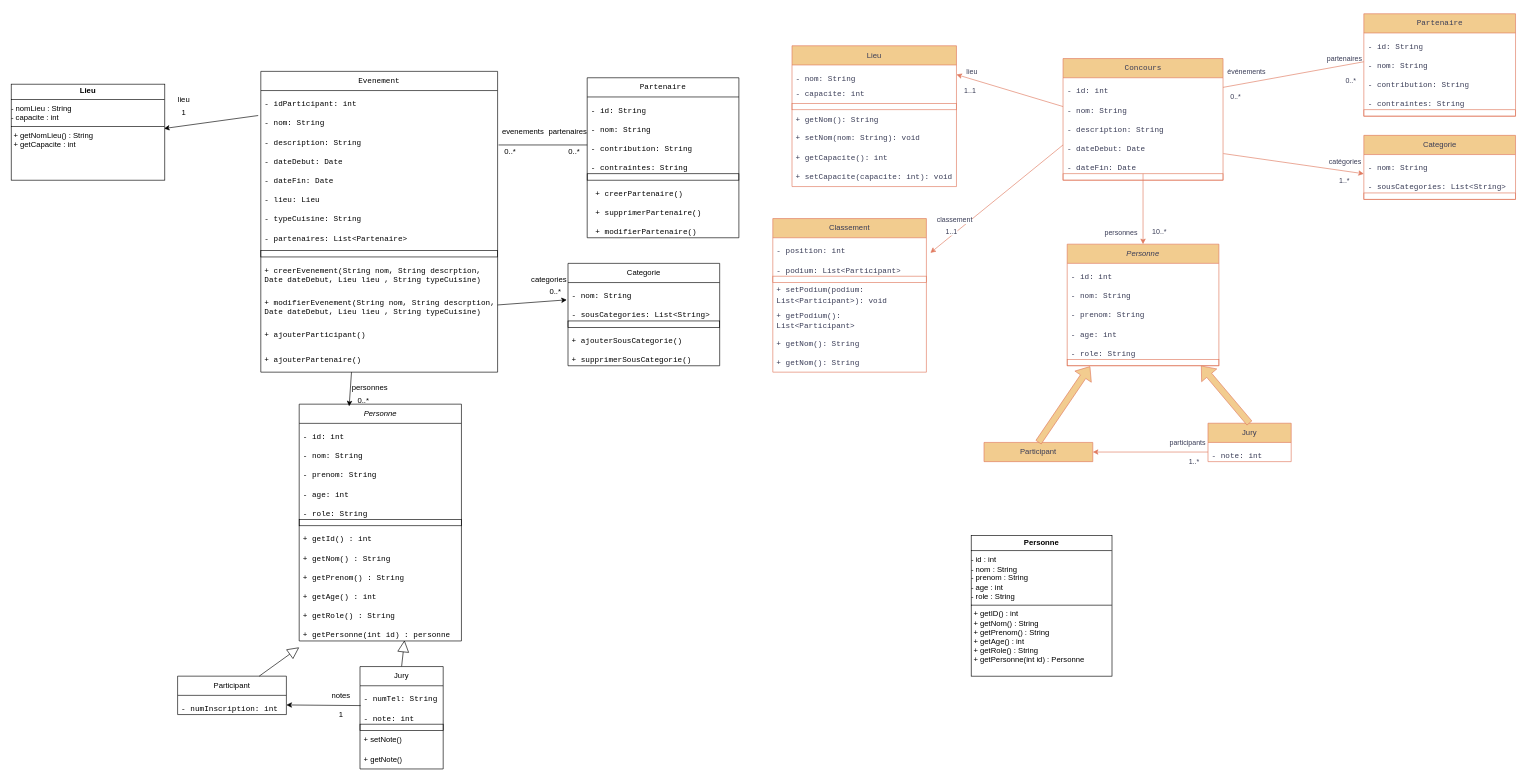
CSliveR/Chief-s-Arena keeps this draw.io diagram as Conception/diagramme de classe méthodes.drawio. Above is the earlier version. Source tidied: cells renumbered, new cells numbered last; positions are measured from the earlier drawing's top-left corner, leaving out a move shared by most shapes. Both pictures are drawn from the tidied source at 64%, with x=0, y=0 at pixel (11, 13).
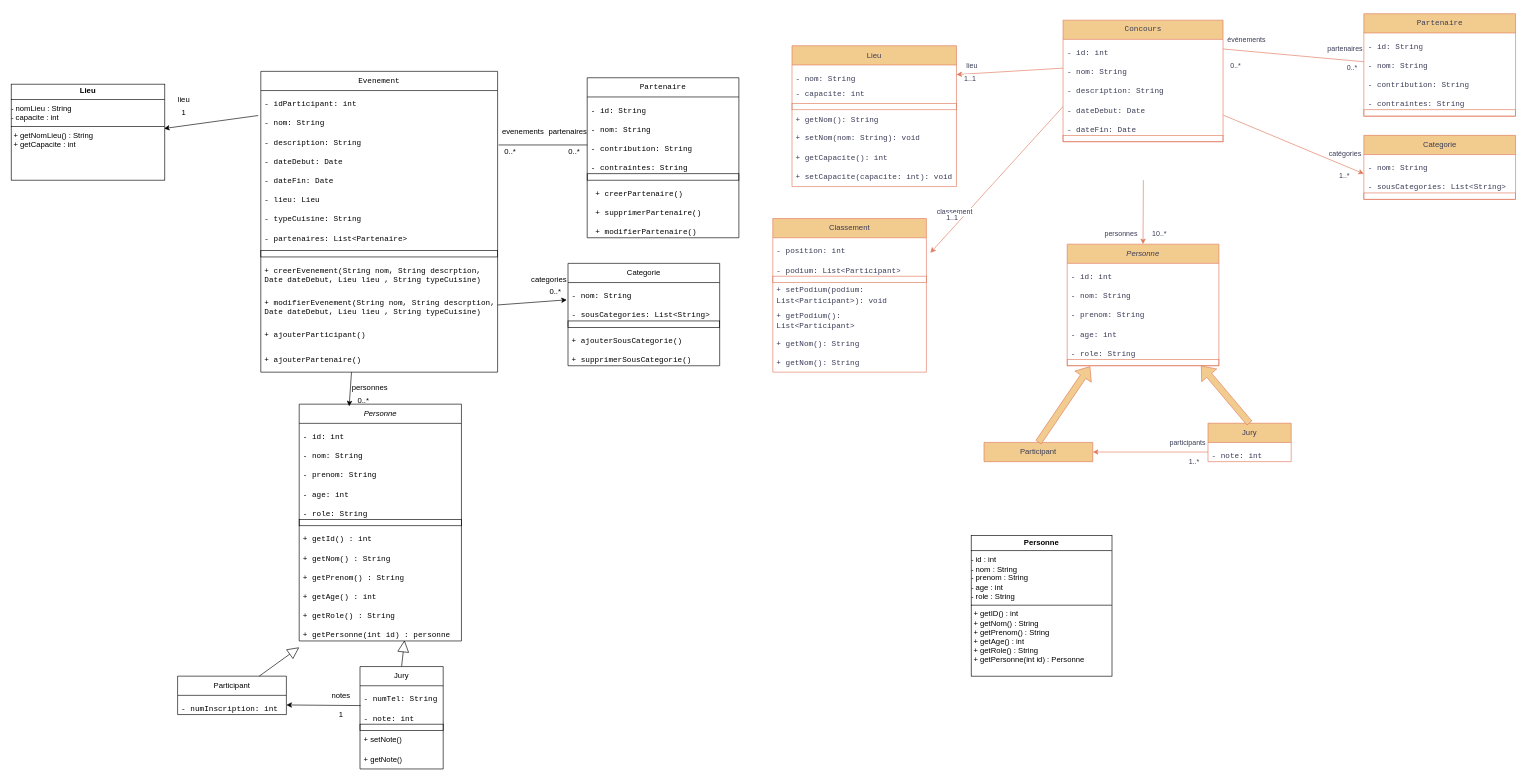
The same page after the edit.

Unchanged cells that the change refers to:
```xml
<mxCell id="85" value="&lt;pre&gt;&lt;br&gt;&lt;/pre&gt;" style="text;strokeColor=#E07A5F;fillColor=none;align=left;verticalAlign=middle;spacingLeft=4;spacingRight=4;overflow=hidden;points=[[0,0.5],[1,0.5]];portConstraint=eastwest;whiteSpace=wrap;html=1;labelBackgroundColor=none;fontColor=#393C56;" parent="79" vertex="1">
  <mxGeometry y="180" width="250" as="geometry" />
</mxCell>
<mxCell id="94" value="&lt;div&gt;&lt;i&gt;Personne&lt;/i&gt;&lt;/div&gt;" style="swimlane;fontStyle=0;horizontal=1;startSize=30;whiteSpace=wrap;html=1;labelBackgroundColor=none;fillColor=#F2CC8F;strokeColor=#E07A5F;fontColor=#393C56;" parent="1" vertex="1">
  <mxGeometry x="1650" y="360" width="237" height="190" as="geometry" />
</mxCell>
```

The edit, as a diff of the source:
```diff
@@
     <mxCell id="79" value="&lt;pre&gt;&lt;code&gt;Concours&lt;/code&gt;&lt;/pre&gt;" style="swimlane;fontStyle=0;horizontal=1;startSize=30;whiteSpace=wrap;html=1;labelBackgroundColor=none;fillColor=#F2CC8F;strokeColor=#E07A5F;fontColor=#393C56;" parent="1" vertex="1">
-      <mxGeometry x="1643.5" y="70" width="250" height="190" as="geometry" />
+      <mxGeometry x="1643.5" y="10" width="250" height="190" as="geometry" />
     </mxCell>
@@
-    <mxCell id="147" style="endArrow=classic;html=1;rounded=0;strokeColor=#E07A5F;fontColor=#393C56;fillColor=#F2CC8F;entryX=0.5;entryY=0;entryDx=0;entryDy=0;exitX=0;exitY=0.5;exitDx=0;exitDy=0;" parent="1" edge="1" source="85" target="94">
-      <mxGeometry relative="1" as="geometry" />
+    <mxCell id="147" style="endArrow=classic;html=1;rounded=0;strokeColor=#E07A5F;fontColor=#393C56;fillColor=#F2CC8F;entryX=0.5;entryY=0;entryDx=0;entryDy=0;" parent="1" edge="1" target="94">
+      <mxGeometry relative="1" as="geometry">
+        <mxPoint x="1769" y="260" as="sourcePoint" />
+      </mxGeometry>
     </mxCell>
```
